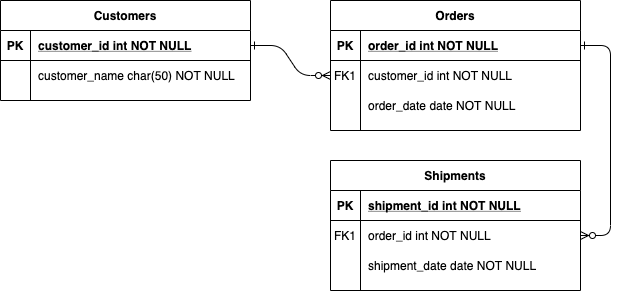
This is uet_thesis/entity.png from EagleVee/flowchart, a draw.io export, as it was before one commit. Source tidied: cells renumbered, new cells last; positions are measured from the earlier drawing's top-left corner, leaving out a move shared by most shapes. Source of this version:
```xml
<mxGraphModel>
  <root>
    <mxCell id="0" />
    <mxCell id="1" parent="0" />
    <mxCell id="2" style="edgeStyle=entityRelationEdgeStyle;endArrow=ERzeroToMany;startArrow=ERone;endFill=1;startFill=0;" parent="1" edge="1" source="25" target="8">
      <mxGeometry relative="1" as="geometry" />
    </mxCell>
    <mxCell id="3" style="edgeStyle=entityRelationEdgeStyle;endArrow=ERzeroToMany;startArrow=ERone;endFill=1;startFill=0;" parent="1" edge="1" source="5" target="18">
      <mxGeometry relative="1" as="geometry" />
    </mxCell>
    <mxCell id="4" value="Orders" style="shape=table;startSize=30;rowLines=0;fontStyle=1;align=center;" parent="1" vertex="1">
      <mxGeometry x="330" width="250" height="130" as="geometry" />
    </mxCell>
    <mxCell id="5" style="shape=partialRectangle;fillColor=none;points=[[0,0.5],[1,0.5]];portConstraint=eastwest;top=0;left=0;right=0;bottom=1;" parent="4" vertex="1">
      <mxGeometry y="30" width="250" height="30" as="geometry" />
    </mxCell>
    <mxCell id="6" value="PK" style="shape=partialRectangle;overflow=hidden;fillColor=none;top=0;left=0;bottom=0;right=0;fontStyle=1;" parent="5" vertex="1">
      <mxGeometry width="30" height="30" as="geometry" />
    </mxCell>
    <mxCell id="7" value="order_id int NOT NULL " style="shape=partialRectangle;overflow=hidden;fillColor=none;top=0;left=0;bottom=0;right=0;align=left;spacingLeft=6;fontStyle=5;" parent="5" vertex="1">
      <mxGeometry x="30" width="220" height="30" as="geometry" />
    </mxCell>
    <mxCell id="8" style="shape=partialRectangle;fillColor=none;points=[[0,0.5],[1,0.5]];portConstraint=eastwest;top=0;left=0;right=0;bottom=0;" parent="4" vertex="1">
      <mxGeometry y="60" width="250" height="30" as="geometry" />
    </mxCell>
    <mxCell id="9" value="FK1" style="shape=partialRectangle;overflow=hidden;fillColor=none;top=0;left=0;bottom=0;right=0;" parent="8" vertex="1">
      <mxGeometry width="30" height="30" as="geometry" />
    </mxCell>
    <mxCell id="10" value="customer_id int NOT NULL" style="shape=partialRectangle;overflow=hidden;fillColor=none;top=0;left=0;bottom=0;right=0;align=left;spacingLeft=6;" parent="8" vertex="1">
      <mxGeometry x="30" width="220" height="30" as="geometry" />
    </mxCell>
    <mxCell id="11" style="shape=partialRectangle;fillColor=none;top=0;left=0;right=0;bottom=0;" parent="4" vertex="1">
      <mxGeometry y="90" width="250" height="30" as="geometry" />
    </mxCell>
    <mxCell id="12" style="shape=partialRectangle;overflow=hidden;fillColor=none;top=0;left=0;bottom=0;right=0;" parent="11" vertex="1">
      <mxGeometry width="30" height="30" as="geometry" />
    </mxCell>
    <mxCell id="13" value="order_date date NOT NULL" style="shape=partialRectangle;overflow=hidden;fillColor=none;top=0;left=0;bottom=0;right=0;align=left;spacingLeft=6;" parent="11" vertex="1">
      <mxGeometry x="30" width="220" height="30" as="geometry" />
    </mxCell>
    <mxCell id="14" value="Shipments" style="shape=table;startSize=30;rowLines=0;fontStyle=1;align=center;" parent="1" vertex="1">
      <mxGeometry x="330" y="160" width="250" height="130" as="geometry" />
    </mxCell>
    <mxCell id="15" style="shape=partialRectangle;fillColor=none;top=0;left=0;right=0;bottom=1;" parent="14" vertex="1">
      <mxGeometry y="30" width="250" height="30" as="geometry" />
    </mxCell>
    <mxCell id="16" value="PK" style="shape=partialRectangle;overflow=hidden;fillColor=none;top=0;left=0;bottom=0;right=0;fontStyle=1;" parent="15" vertex="1">
      <mxGeometry width="30" height="30" as="geometry" />
    </mxCell>
    <mxCell id="17" value="shipment_id int NOT NULL " style="shape=partialRectangle;overflow=hidden;fillColor=none;top=0;left=0;bottom=0;right=0;align=left;spacingLeft=6;fontStyle=5;" parent="15" vertex="1">
      <mxGeometry x="30" width="220" height="30" as="geometry" />
    </mxCell>
    <mxCell id="18" style="shape=partialRectangle;fillColor=none;points=[[0,0.5],[1,0.5]];portConstraint=eastwest;top=0;left=0;right=0;bottom=0;" parent="14" vertex="1">
      <mxGeometry y="60" width="250" height="30" as="geometry" />
    </mxCell>
    <mxCell id="19" value="FK1" style="shape=partialRectangle;overflow=hidden;fillColor=none;top=0;left=0;bottom=0;right=0;" parent="18" vertex="1">
      <mxGeometry width="30" height="30" as="geometry" />
    </mxCell>
    <mxCell id="20" value="order_id int NOT NULL" style="shape=partialRectangle;overflow=hidden;fillColor=none;top=0;left=0;bottom=0;right=0;align=left;spacingLeft=6;" parent="18" vertex="1">
      <mxGeometry x="30" width="220" height="30" as="geometry" />
    </mxCell>
    <mxCell id="21" style="shape=partialRectangle;fillColor=none;top=0;left=0;right=0;bottom=0;" parent="14" vertex="1">
      <mxGeometry y="90" width="250" height="30" as="geometry" />
    </mxCell>
    <mxCell id="22" style="shape=partialRectangle;overflow=hidden;fillColor=none;top=0;left=0;bottom=0;right=0;" parent="21" vertex="1">
      <mxGeometry width="30" height="30" as="geometry" />
    </mxCell>
    <mxCell id="23" value="shipment_date date NOT NULL" style="shape=partialRectangle;overflow=hidden;fillColor=none;top=0;left=0;bottom=0;right=0;align=left;spacingLeft=6;" parent="21" vertex="1">
      <mxGeometry x="30" width="220" height="30" as="geometry" />
    </mxCell>
    <mxCell id="24" value="Customers" style="shape=table;startSize=30;rowLines=0;fontStyle=1;align=center;" parent="1" vertex="1">
      <mxGeometry width="250" height="100" as="geometry" />
    </mxCell>
    <mxCell id="25" style="shape=partialRectangle;fillColor=none;points=[[0,0.5],[1,0.5]];portConstraint=eastwest;top=0;left=0;right=0;bottom=1;" parent="24" vertex="1">
      <mxGeometry y="30" width="250" height="30" as="geometry" />
    </mxCell>
    <mxCell id="26" value="PK" style="shape=partialRectangle;overflow=hidden;fillColor=none;top=0;left=0;bottom=0;right=0;fontStyle=1;" parent="25" vertex="1">
      <mxGeometry width="30" height="30" as="geometry" />
    </mxCell>
    <mxCell id="27" value="customer_id int NOT NULL " style="shape=partialRectangle;overflow=hidden;fillColor=none;top=0;left=0;bottom=0;right=0;align=left;spacingLeft=6;fontStyle=5;" parent="25" vertex="1">
      <mxGeometry x="30" width="220" height="30" as="geometry" />
    </mxCell>
    <mxCell id="28" style="shape=partialRectangle;fillColor=none;top=0;left=0;right=0;bottom=0;" parent="24" vertex="1">
      <mxGeometry y="60" width="250" height="30" as="geometry" />
    </mxCell>
    <mxCell id="29" style="shape=partialRectangle;overflow=hidden;fillColor=none;top=0;left=0;bottom=0;right=0;" parent="28" vertex="1">
      <mxGeometry width="30" height="30" as="geometry" />
    </mxCell>
    <mxCell id="30" value="customer_name char(50) NOT NULL" style="shape=partialRectangle;overflow=hidden;fillColor=none;top=0;left=0;bottom=0;right=0;align=left;spacingLeft=6;" parent="28" vertex="1">
      <mxGeometry x="30" width="220" height="30" as="geometry" />
    </mxCell>
  </root>
</mxGraphModel>
```
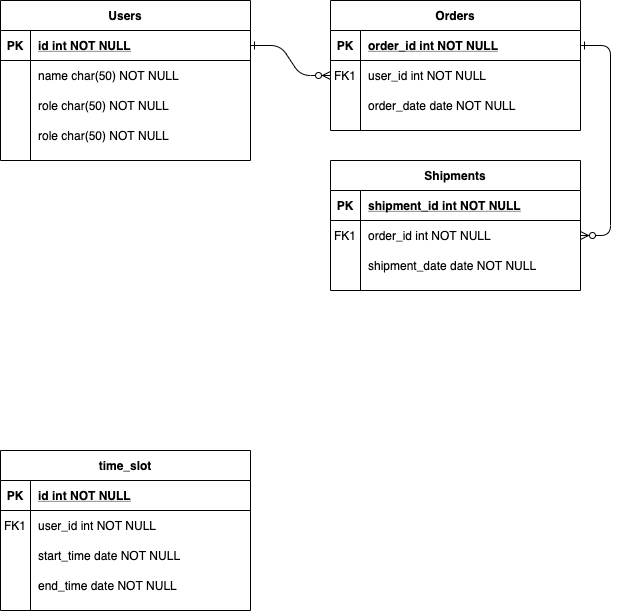
Above is the later version.

Change to the diagram source:
```diff
@@ -26,7 +26,7 @@
     <mxCell id="9" value="FK1" style="shape=partialRectangle;overflow=hidden;fillColor=none;top=0;left=0;bottom=0;right=0;" parent="8" vertex="1">
       <mxGeometry width="30" height="30" as="geometry" />
     </mxCell>
-    <mxCell id="10" value="customer_id int NOT NULL" style="shape=partialRectangle;overflow=hidden;fillColor=none;top=0;left=0;bottom=0;right=0;align=left;spacingLeft=6;" parent="8" vertex="1">
+    <mxCell id="10" value="user_id int NOT NULL" style="shape=partialRectangle;overflow=hidden;fillColor=none;top=0;left=0;bottom=0;right=0;align=left;spacingLeft=6;" parent="8" vertex="1">
       <mxGeometry x="30" width="220" height="30" as="geometry" />
     </mxCell>
     <mxCell id="11" style="shape=partialRectangle;fillColor=none;top=0;left=0;right=0;bottom=0;" parent="4" vertex="1">
@@ -68,8 +68,8 @@
     <mxCell id="23" value="shipment_date date NOT NULL" style="shape=partialRectangle;overflow=hidden;fillColor=none;top=0;left=0;bottom=0;right=0;align=left;spacingLeft=6;" parent="21" vertex="1">
       <mxGeometry x="30" width="220" height="30" as="geometry" />
     </mxCell>
-    <mxCell id="24" value="Customers" style="shape=table;startSize=30;rowLines=0;fontStyle=1;align=center;" parent="1" vertex="1">
-      <mxGeometry width="250" height="100" as="geometry" />
+    <mxCell id="24" value="Users" style="shape=table;startSize=30;rowLines=0;fontStyle=1;align=center;" parent="1" vertex="1">
+      <mxGeometry width="250" height="160" as="geometry" />
     </mxCell>
     <mxCell id="25" style="shape=partialRectangle;fillColor=none;points=[[0,0.5],[1,0.5]];portConstraint=eastwest;top=0;left=0;right=0;bottom=1;" parent="24" vertex="1">
       <mxGeometry y="30" width="250" height="30" as="geometry" />
@@ -77,7 +77,7 @@
     <mxCell id="26" value="PK" style="shape=partialRectangle;overflow=hidden;fillColor=none;top=0;left=0;bottom=0;right=0;fontStyle=1;" parent="25" vertex="1">
       <mxGeometry width="30" height="30" as="geometry" />
     </mxCell>
-    <mxCell id="27" value="customer_id int NOT NULL " style="shape=partialRectangle;overflow=hidden;fillColor=none;top=0;left=0;bottom=0;right=0;align=left;spacingLeft=6;fontStyle=5;" parent="25" vertex="1">
+    <mxCell id="27" value="id int NOT NULL " style="shape=partialRectangle;overflow=hidden;fillColor=none;top=0;left=0;bottom=0;right=0;align=left;spacingLeft=6;fontStyle=5;" parent="25" vertex="1">
       <mxGeometry x="30" width="220" height="30" as="geometry" />
     </mxCell>
     <mxCell id="28" style="shape=partialRectangle;fillColor=none;top=0;left=0;right=0;bottom=0;" parent="24" vertex="1">
@@ -86,8 +86,65 @@
     <mxCell id="29" style="shape=partialRectangle;overflow=hidden;fillColor=none;top=0;left=0;bottom=0;right=0;" parent="28" vertex="1">
       <mxGeometry width="30" height="30" as="geometry" />
     </mxCell>
-    <mxCell id="30" value="customer_name char(50) NOT NULL" style="shape=partialRectangle;overflow=hidden;fillColor=none;top=0;left=0;bottom=0;right=0;align=left;spacingLeft=6;" parent="28" vertex="1">
+    <mxCell id="30" value="name char(50) NOT NULL" style="shape=partialRectangle;overflow=hidden;fillColor=none;top=0;left=0;bottom=0;right=0;align=left;spacingLeft=6;" parent="28" vertex="1">
       <mxGeometry x="30" width="220" height="30" as="geometry" />
     </mxCell>
+    <mxCell id="31" style="shape=partialRectangle;fillColor=none;top=0;left=0;right=0;bottom=0;" parent="24" vertex="1">
+      <mxGeometry y="90" width="250" height="30" as="geometry" />
+    </mxCell>
+    <mxCell id="32" style="shape=partialRectangle;overflow=hidden;fillColor=none;top=0;left=0;bottom=0;right=0;" parent="31" vertex="1">
+      <mxGeometry width="30" height="30" as="geometry" />
+    </mxCell>
+    <mxCell id="33" value="role char(50) NOT NULL" style="shape=partialRectangle;overflow=hidden;fillColor=none;top=0;left=0;bottom=0;right=0;align=left;spacingLeft=6;" parent="31" vertex="1">
+      <mxGeometry x="30" width="220" height="30" as="geometry" />
+    </mxCell>
+    <mxCell id="34" style="shape=partialRectangle;fillColor=none;top=0;left=0;right=0;bottom=0;" parent="24" vertex="1">
+      <mxGeometry y="120" width="250" height="30" as="geometry" />
+    </mxCell>
+    <mxCell id="35" style="shape=partialRectangle;overflow=hidden;fillColor=none;top=0;left=0;bottom=0;right=0;" parent="34" vertex="1">
+      <mxGeometry width="30" height="30" as="geometry" />
+    </mxCell>
+    <mxCell id="36" value="role char(50) NOT NULL" style="shape=partialRectangle;overflow=hidden;fillColor=none;top=0;left=0;bottom=0;right=0;align=left;spacingLeft=6;" parent="34" vertex="1">
+      <mxGeometry x="30" width="220" height="30" as="geometry" />
+    </mxCell>
+    <mxCell id="37" value="time_slot" style="shape=table;startSize=30;rowLines=0;fontStyle=1;align=center;" parent="1" vertex="1">
+      <mxGeometry y="450" width="250" height="160" as="geometry" />
+    </mxCell>
+    <mxCell id="38" style="shape=partialRectangle;fillColor=none;top=0;left=0;right=0;bottom=1;" parent="37" vertex="1">
+      <mxGeometry y="30" width="250" height="30" as="geometry" />
+    </mxCell>
+    <mxCell id="39" value="PK" style="shape=partialRectangle;overflow=hidden;fillColor=none;top=0;left=0;bottom=0;right=0;fontStyle=1;" parent="38" vertex="1">
+      <mxGeometry width="30" height="30" as="geometry" />
+    </mxCell>
+    <mxCell id="40" value="id int NOT NULL " style="shape=partialRectangle;overflow=hidden;fillColor=none;top=0;left=0;bottom=0;right=0;align=left;spacingLeft=6;fontStyle=5;" parent="38" vertex="1">
+      <mxGeometry x="30" width="220" height="30" as="geometry" />
+    </mxCell>
+    <mxCell id="41" style="shape=partialRectangle;fillColor=none;top=0;left=0;right=0;bottom=0;" parent="37" vertex="1">
+      <mxGeometry y="60" width="250" height="30" as="geometry" />
+    </mxCell>
+    <mxCell id="42" value="FK1" style="shape=partialRectangle;overflow=hidden;fillColor=none;top=0;left=0;bottom=0;right=0;" parent="41" vertex="1">
+      <mxGeometry width="30" height="30" as="geometry" />
+    </mxCell>
+    <mxCell id="43" value="user_id int NOT NULL" style="shape=partialRectangle;overflow=hidden;fillColor=none;top=0;left=0;bottom=0;right=0;align=left;spacingLeft=6;" parent="41" vertex="1">
+      <mxGeometry x="30" width="220" height="30" as="geometry" />
+    </mxCell>
+    <mxCell id="44" style="shape=partialRectangle;fillColor=none;top=0;left=0;right=0;bottom=0;" parent="37" vertex="1">
+      <mxGeometry y="90" width="250" height="30" as="geometry" />
+    </mxCell>
+    <mxCell id="45" style="shape=partialRectangle;overflow=hidden;fillColor=none;top=0;left=0;bottom=0;right=0;" parent="44" vertex="1">
+      <mxGeometry width="30" height="30" as="geometry" />
+    </mxCell>
+    <mxCell id="46" value="start_time date NOT NULL" style="shape=partialRectangle;overflow=hidden;fillColor=none;top=0;left=0;bottom=0;right=0;align=left;spacingLeft=6;" parent="44" vertex="1">
+      <mxGeometry x="30" width="220" height="30" as="geometry" />
+    </mxCell>
+    <mxCell id="47" style="shape=partialRectangle;fillColor=none;top=0;left=0;right=0;bottom=0;" parent="37" vertex="1">
+      <mxGeometry y="120" width="250" height="30" as="geometry" />
+    </mxCell>
+    <mxCell id="48" style="shape=partialRectangle;overflow=hidden;fillColor=none;top=0;left=0;bottom=0;right=0;" parent="47" vertex="1">
+      <mxGeometry width="30" height="30" as="geometry" />
+    </mxCell>
+    <mxCell id="49" value="end_time date NOT NULL" style="shape=partialRectangle;overflow=hidden;fillColor=none;top=0;left=0;bottom=0;right=0;align=left;spacingLeft=6;" parent="47" vertex="1">
+      <mxGeometry x="30" width="220" height="30" as="geometry" />
+    </mxCell>
   </root>
 </mxGraphModel>
```
